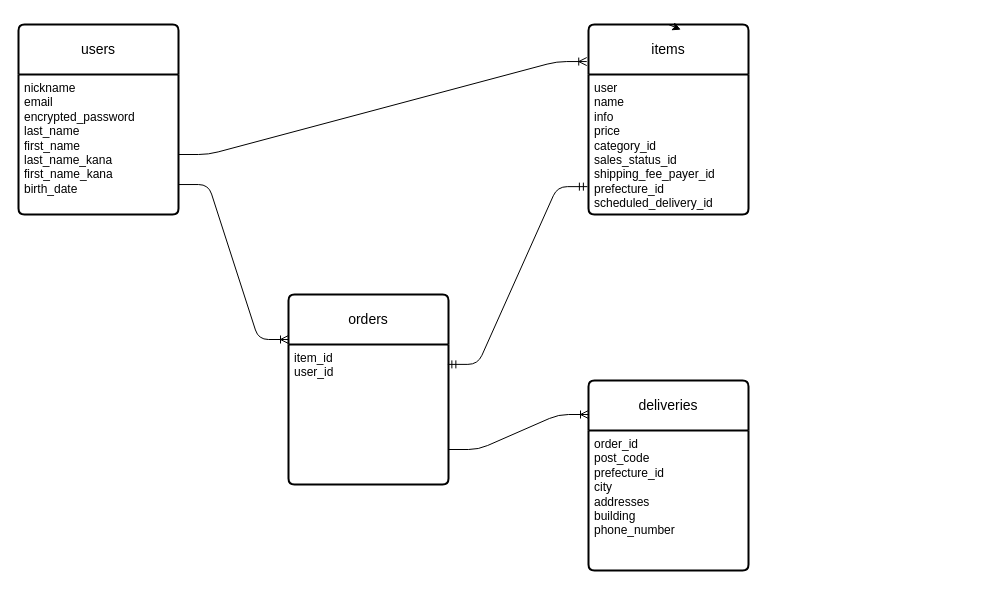
Above: test.dio in satochu40-lang/furima-42529 (draw.io), before the change. Source tidied: cells renumbered, new cells numbered last; positions are measured from the earlier drawing's top-left corner, leaving out a move shared by most shapes. Both pictures are drawn from the tidied source at 100%, with x=0, y=0 at pixel (18, 24).
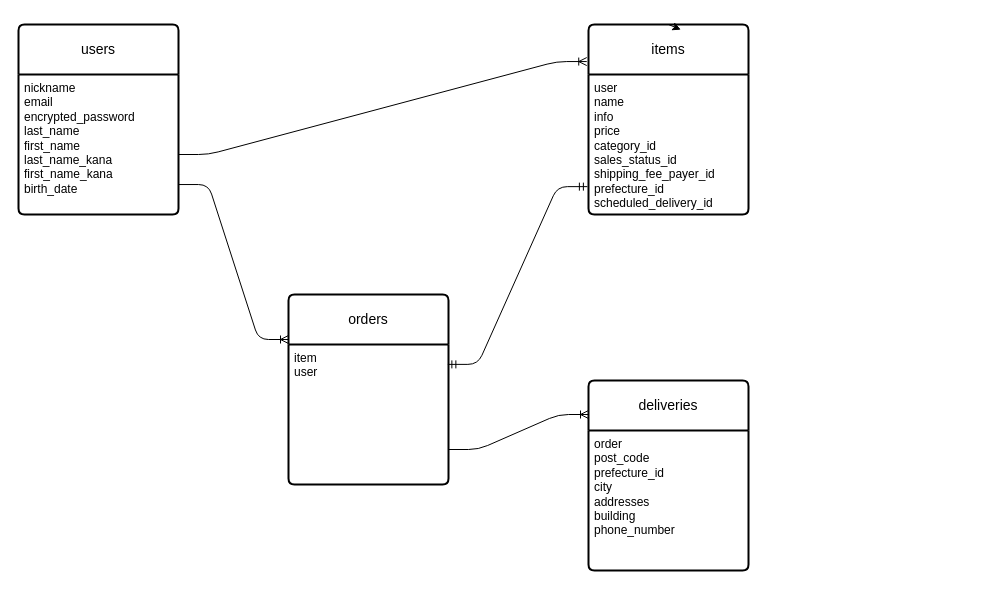
After the change.

Change to the diagram source:
```diff
@@
 <mxGraphModel>
   <root>
     <mxCell id="0" />
     <mxCell id="1" parent="0" />
     <mxCell id="2" value="Item 3" style="text;strokeColor=none;fillColor=none;spacingLeft=4;spacingRight=4;overflow=hidden;fontSize=12;whiteSpace=wrap;html=1;" parent="1" vertex="1">
       <mxGeometry x="590" y="356" width="360" height="4" as="geometry" />
     </mxCell>
     <mxCell id="3" value="users" style="swimlane;horizontal=1;startSize=50;rounded=1;fontSize=14;fontStyle=0;strokeWidth=2;shadow=0;dashed=0;align=center;arcSize=4;whiteSpace=wrap;html=1;" parent="1" vertex="1">
       <mxGeometry width="160" height="190" as="geometry" />
     </mxCell>
     <mxCell id="4" value="&lt;div&gt;&lt;div&gt;nickname&lt;/div&gt;&lt;/div&gt;&lt;div&gt;email&lt;/div&gt;&lt;div&gt;encrypted_password&lt;/div&gt;&lt;div&gt;last_name&lt;/div&gt;&lt;div&gt;first_name&lt;/div&gt;&lt;div&gt;last_name_kana&lt;/div&gt;&lt;div&gt;first_name_kana&lt;/div&gt;&lt;div&gt;birth_date&lt;/div&gt;" style="align=left;strokeColor=none;fillColor=none;spacingLeft=4;fontSize=12;verticalAlign=top;html=1;" parent="3" vertex="1">
       <mxGeometry y="50" width="160" height="140" as="geometry" />
     </mxCell>
     <mxCell id="5" value="items" style="swimlane;horizontal=1;startSize=50;rounded=1;fontSize=14;fontStyle=0;strokeWidth=2;shadow=0;dashed=0;align=center;arcSize=4;whiteSpace=wrap;html=1;" parent="1" vertex="1">
       <mxGeometry x="570" width="160" height="190" as="geometry" />
     </mxCell>
     <mxCell id="6" value="user&lt;div&gt;name&lt;/div&gt;&lt;div&gt;info&lt;/div&gt;&lt;div&gt;price&lt;/div&gt;&lt;div&gt;category_id&lt;/div&gt;&lt;div&gt;sales_status_id&lt;/div&gt;&lt;div&gt;shipping_fee_payer_id&lt;/div&gt;&lt;div&gt;prefecture_id&lt;/div&gt;&lt;div&gt;scheduled_delivery_id&lt;/div&gt;" style="align=left;strokeColor=none;fillColor=none;spacingLeft=4;fontSize=12;verticalAlign=top;html=1;" parent="5" vertex="1">
       <mxGeometry y="50" width="160" height="140" as="geometry" />
     </mxCell>
     <mxCell id="7" style="edgeStyle=none;html=1;exitX=0.5;exitY=0;exitDx=0;exitDy=0;entryX=0.577;entryY=0.027;entryDx=0;entryDy=0;entryPerimeter=0;" parent="1" edge="1" source="5" target="5">
       <mxGeometry relative="1" as="geometry" />
     </mxCell>
     <mxCell id="8" value="orders" style="swimlane;horizontal=1;startSize=50;rounded=1;fontSize=14;fontStyle=0;strokeWidth=2;shadow=0;dashed=0;align=center;arcSize=4;whiteSpace=wrap;html=1;" parent="1" vertex="1">
       <mxGeometry x="270" y="270" width="160" height="190" as="geometry" />
     </mxCell>
-    <mxCell id="9" value="item_id&lt;div&gt;user_id&lt;/div&gt;" style="align=left;strokeColor=none;fillColor=none;spacingLeft=4;fontSize=12;verticalAlign=top;html=1;" parent="8" vertex="1">
+    <mxCell id="9" value="item&lt;br&gt;user" style="align=left;strokeColor=none;fillColor=none;spacingLeft=4;fontSize=12;verticalAlign=top;html=1;" parent="8" vertex="1">
       <mxGeometry y="50" width="160" height="140" as="geometry" />
     </mxCell>
     <mxCell id="10" value="deliveries" style="swimlane;horizontal=1;startSize=50;rounded=1;fontSize=14;fontStyle=0;strokeWidth=2;shadow=0;dashed=0;align=center;arcSize=4;whiteSpace=wrap;html=1;" parent="1" vertex="1">
       <mxGeometry x="570" y="356" width="160" height="190" as="geometry" />
     </mxCell>
-    <mxCell id="11" value="order_id&lt;div&gt;post_code&lt;/div&gt;&lt;div&gt;prefecture_id&lt;/div&gt;&lt;div&gt;city&lt;/div&gt;&lt;div&gt;addresses&lt;/div&gt;&lt;div&gt;building&lt;/div&gt;&lt;div&gt;phone_number&lt;/div&gt;" style="align=left;strokeColor=none;fillColor=none;spacingLeft=4;fontSize=12;verticalAlign=top;html=1;" parent="10" vertex="1">
+    <mxCell id="11" value="order&lt;div&gt;post_code&lt;/div&gt;&lt;div&gt;prefecture_id&lt;/div&gt;&lt;div&gt;city&lt;/div&gt;&lt;div&gt;addresses&lt;/div&gt;&lt;div&gt;building&lt;/div&gt;&lt;div&gt;phone_number&lt;/div&gt;" style="align=left;strokeColor=none;fillColor=none;spacingLeft=4;fontSize=12;verticalAlign=top;html=1;" parent="10" vertex="1">
       <mxGeometry y="50" width="160" height="140" as="geometry" />
     </mxCell>
     <mxCell id="12" style="edgeStyle=entityRelationEdgeStyle;fontSize=12;html=1;endArrow=ERoneToMany;entryX=-0.011;entryY=0.195;entryDx=0;entryDy=0;entryPerimeter=0;" parent="1" edge="1" target="5">
       <mxGeometry relative="1" as="geometry">
         <mxPoint x="160" y="130" as="sourcePoint" />
       </mxGeometry>
     </mxCell>
     <mxCell id="13" style="edgeStyle=entityRelationEdgeStyle;fontSize=12;html=1;endArrow=ERoneToMany;exitX=1;exitY=0.786;exitDx=0;exitDy=0;exitPerimeter=0;" parent="1" edge="1" source="4">
       <mxGeometry relative="1" as="geometry">
         <mxPoint x="270" y="315" as="targetPoint" />
       </mxGeometry>
     </mxCell>
     <mxCell id="14" style="edgeStyle=entityRelationEdgeStyle;fontSize=12;html=1;endArrow=ERoneToMany;exitX=1;exitY=0.75;exitDx=0;exitDy=0;" parent="1" edge="1" source="9">
       <mxGeometry relative="1" as="geometry">
         <mxPoint x="570" y="390" as="targetPoint" />
       </mxGeometry>
     </mxCell>
     <mxCell id="15" style="edgeStyle=entityRelationEdgeStyle;fontSize=12;html=1;endArrow=ERmandOne;startArrow=ERmandOne;exitX=0.996;exitY=0.142;exitDx=0;exitDy=0;exitPerimeter=0;entryX=-0.007;entryY=0.801;entryDx=0;entryDy=0;entryPerimeter=0;" parent="1" edge="1" source="9" target="6">
       <mxGeometry relative="1" as="geometry">
         <Array as="points">
           <mxPoint x="500" y="340" />
           <mxPoint x="570" y="200" />
         </Array>
       </mxGeometry>
     </mxCell>
   </root>
 </mxGraphModel>
```
